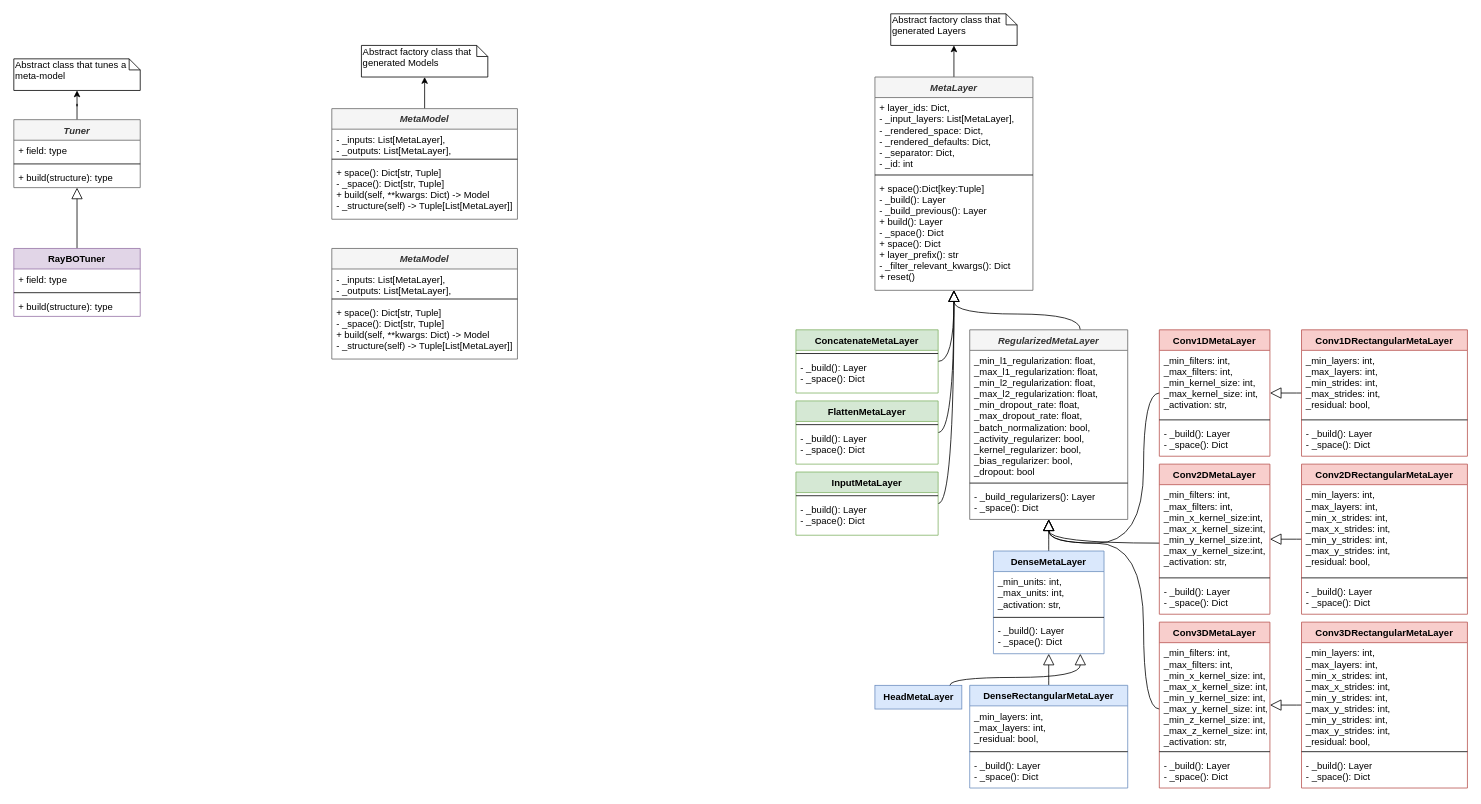
Above: uml_schema.drawio in AnacletoLAB/meta_models (draw.io), before the change. Source tidied: cells renumbered, new cells numbered last; positions are measured from the earlier drawing's top-left corner, leaving out a move shared by most shapes. Both pictures are drawn from the tidied source at 79%, with x=0, y=0 at pixel (13, 13).
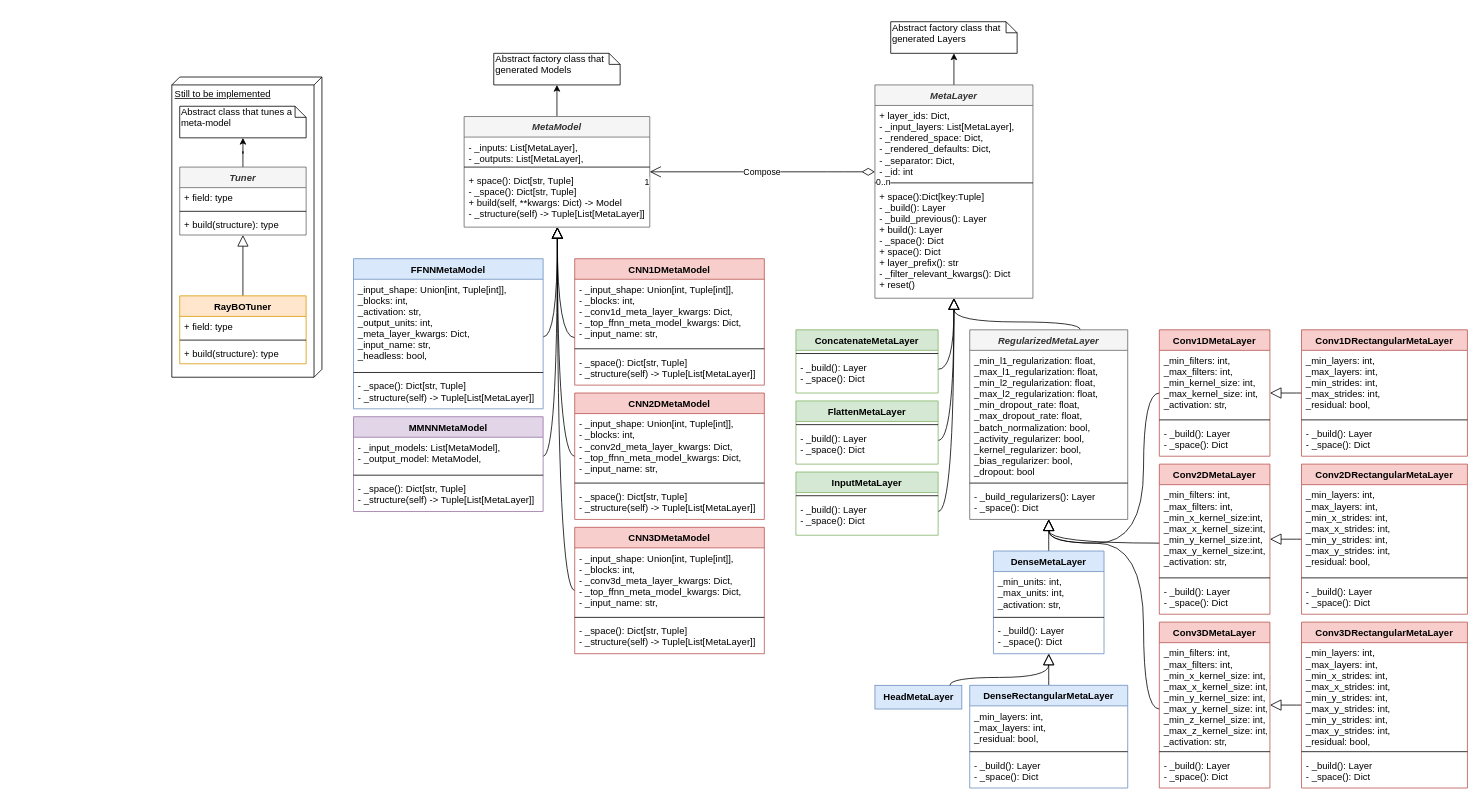
After the change.

Commit message (it also covers changes not shown here):
Updated UML schema

The change refers to these unchanged cells:
```xml
<mxCell id="33" value="&lt;span style=&quot;font-weight: 700&quot;&gt;HeadMetaLayer&lt;/span&gt;" style="html=1;fillColor=#dae8fc;strokeColor=#6c8ebf;" parent="1" vertex="1">
  <mxGeometry x="1090" y="850" width="110" height="30" as="geometry" />
</mxCell>
<mxCell id="35" value="RegularizedMetaLayer" style="swimlane;fontStyle=3;align=center;verticalAlign=top;horizontal=1;startSize=26;fillColor=#f5f5f5;strokeColor=#666666;fontColor=#333333;" parent="1" vertex="1">
  <mxGeometry x="1210" y="400" width="200" height="240" as="geometry" />
</mxCell>
<mxCell id="55" value="DenseMetaLayer" style="swimlane;fontStyle=1;align=center;verticalAlign=top;horizontal=1;startSize=26;fillColor=#dae8fc;strokeColor=#6c8ebf;" parent="1" vertex="1">
  <mxGeometry x="1240" y="680" width="140" height="130" as="geometry" />
</mxCell>
<mxCell id="71" value="ConcatenateMetaLayer" style="swimlane;fontStyle=1;align=center;verticalAlign=top;horizontal=1;startSize=26;fillColor=#d5e8d4;strokeColor=#82b366;" parent="1" vertex="1">
  <mxGeometry x="990" y="400" width="180" height="80" as="geometry" />
</mxCell>
<mxCell id="74" value="FlattenMetaLayer" style="swimlane;fontStyle=1;align=center;verticalAlign=top;horizontal=1;startSize=26;fillColor=#d5e8d4;strokeColor=#82b366;" parent="1" vertex="1">
  <mxGeometry x="990" y="490" width="180" height="80" as="geometry" />
</mxCell>
<mxCell id="77" value="InputMetaLayer" style="swimlane;fontStyle=1;align=center;verticalAlign=top;horizontal=1;startSize=26;fillColor=#d5e8d4;strokeColor=#82b366;" parent="1" vertex="1">
  <mxGeometry x="990" y="580" width="180" height="80" as="geometry" />
</mxCell>
```

What changed in the source:
```diff
@@
+    <mxCell id="88" value="Still to be implemented" style="verticalAlign=top;align=left;spacingTop=8;spacingLeft=2;spacingRight=12;shape=cube;size=10;direction=south;fontStyle=4;html=1;" parent="1" vertex="1">
+      <mxGeometry x="200" y="80" width="190" height="380" as="geometry" />
+    </mxCell>
@@
     <mxCell id="4" value="Abstract factory class that generated Models" style="shape=note;whiteSpace=wrap;html=1;size=14;verticalAlign=top;align=left;spacingTop=-6;" parent="1" vertex="1">
-      <mxGeometry x="440" y="40" width="160" height="40" as="geometry" />
+      <mxGeometry x="607.5" y="50" width="160" height="40" as="geometry" />
     </mxCell>
     <mxCell id="5" value="Abstract factory class that generated Layers" style="shape=note;whiteSpace=wrap;html=1;size=14;verticalAlign=top;align=left;spacingTop=-6;" parent="1" vertex="1">
-      <mxGeometry x="1110" width="160" height="40" as="geometry" />
+      <mxGeometry x="1110" y="10" width="160" height="40" as="geometry" />
     </mxCell>
@@
     <mxCell id="7" value="Abstract class that tunes a meta-model" style="shape=note;whiteSpace=wrap;html=1;size=14;verticalAlign=top;align=left;spacingTop=-6;" parent="1" vertex="1">
-      <mxGeometry y="57" width="160" height="40" as="geometry" />
+      <mxGeometry x="210" y="117" width="160" height="40" as="geometry" />
     </mxCell>
@@
-    <mxCell id="9" value="Tuner" style="swimlane;fontStyle=3;align=center;verticalAlign=top;horizontal=1;startSize=26;fillColor=#f5f5f5;strokeColor=#666666;fontColor=#333333;" parent="1" vertex="1">
-      <mxGeometry y="134" width="160" height="86" as="geometry" />
-    </mxCell>
-    <mxCell id="10" value="+ field: type" style="text;strokeColor=none;fillColor=none;align=left;verticalAlign=top;spacingLeft=4;spacingRight=4;overflow=hidden;" parent="9" vertex="1">
-      <mxGeometry y="26" width="160" height="26" as="geometry" />
-    </mxCell>
-    <mxCell id="11" style="line;strokeWidth=1;fillColor=none;align=left;verticalAlign=middle;spacingTop=-1;spacingLeft=3;spacingRight=3;labelPosition=right;" parent="9" vertex="1">
-      <mxGeometry y="52" width="160" height="8" as="geometry" />
-    </mxCell>
-    <mxCell id="12" value="+ build(structure): type" style="text;strokeColor=none;fillColor=none;align=left;verticalAlign=top;spacingLeft=4;spacingRight=4;overflow=hidden;" parent="9" vertex="1">
-      <mxGeometry y="60" width="160" height="26" as="geometry" />
-    </mxCell>
-    <mxCell id="13" value="RayBOTuner" style="swimlane;fontStyle=1;align=center;verticalAlign=top;horizontal=1;startSize=26;fillColor=#e1d5e7;strokeColor=#9673a6;" parent="1" vertex="1">
-      <mxGeometry y="297" width="160" height="86" as="geometry" />
-    </mxCell>
-    <mxCell id="14" value="+ field: type" style="text;strokeColor=none;fillColor=none;align=left;verticalAlign=top;spacingLeft=4;spacingRight=4;overflow=hidden;" parent="13" vertex="1">
-      <mxGeometry y="26" width="160" height="26" as="geometry" />
-    </mxCell>
-    <mxCell id="15" style="line;strokeWidth=1;fillColor=none;align=left;verticalAlign=middle;spacingTop=-1;spacingLeft=3;spacingRight=3;labelPosition=right;" parent="13" vertex="1">
-      <mxGeometry y="52" width="160" height="8" as="geometry" />
-    </mxCell>
-    <mxCell id="16" value="+ build(structure): type" style="text;strokeColor=none;fillColor=none;align=left;verticalAlign=top;spacingLeft=4;spacingRight=4;overflow=hidden;" parent="13" vertex="1">
-      <mxGeometry y="60" width="160" height="26" as="geometry" />
-    </mxCell>
     <mxCell id="17" value="MetaLayer" style="swimlane;fontStyle=3;align=center;verticalAlign=top;horizontal=1;startSize=26;fillColor=#f5f5f5;strokeColor=#666666;fontColor=#333333;" parent="1" vertex="1">
-      <mxGeometry x="1090" y="80" width="200" height="270" as="geometry" />
+      <mxGeometry x="1090" y="90" width="200" height="270" as="geometry" />
     </mxCell>
@@
     <mxCell id="21" style="endArrow=block;endFill=0;endSize=12;html=1;edgeStyle=orthogonalEdgeStyle;curved=1;" parent="1" edge="1" source="71" target="17">
       <mxGeometry relative="1" as="geometry">
         <Array as="points">
-          <mxPoint x="1190" y="440" />
+          <mxPoint x="1190" y="450" />
         </Array>
       </mxGeometry>
     </mxCell>
     <mxCell id="22" style="endArrow=block;endFill=0;endSize=12;html=1;edgeStyle=orthogonalEdgeStyle;curved=1;" parent="1" edge="1" source="74" target="17">
       <mxGeometry relative="1" as="geometry">
         <Array as="points">
-          <mxPoint x="1190" y="530" />
+          <mxPoint x="1190" y="540" />
         </Array>
       </mxGeometry>
     </mxCell>
     <mxCell id="23" style="endArrow=block;endFill=0;endSize=12;html=1;edgeStyle=orthogonalEdgeStyle;curved=1;" parent="1" edge="1" source="77" target="17">
       <mxGeometry relative="1" as="geometry">
         <Array as="points">
-          <mxPoint x="1190" y="620" />
+          <mxPoint x="1190" y="630" />
         </Array>
       </mxGeometry>
     </mxCell>
     <mxCell id="24" style="endArrow=block;endFill=0;endSize=12;html=1;edgeStyle=orthogonalEdgeStyle;curved=1;" parent="1" edge="1" source="35" target="17">
       <mxGeometry relative="1" as="geometry">
         <Array as="points">
-          <mxPoint x="1350" y="380" />
-          <mxPoint x="1190" y="380" />
+          <mxPoint x="1350" y="390" />
+          <mxPoint x="1190" y="390" />
         </Array>
       </mxGeometry>
     </mxCell>
@@
     <mxCell id="34" style="endArrow=block;endFill=0;endSize=12;html=1;edgeStyle=orthogonalEdgeStyle;curved=1;" parent="1" edge="1" source="33" target="55">
       <mxGeometry relative="1" as="geometry">
         <Array as="points">
           <mxPoint x="1185" y="840" />
-          <mxPoint x="1350" y="840" />
+          <mxPoint x="1310" y="840" />
         </Array>
       </mxGeometry>
     </mxCell>
@@
+    <mxCell id="89" style="endArrow=block;endFill=0;endSize=12;html=1;edgeStyle=orthogonalEdgeStyle;curved=1;" parent="1" edge="1" source="84" target="80">
+      <mxGeometry relative="1" as="geometry">
+        <Array as="points">
+          <mxPoint x="688" y="410" />
+        </Array>
+      </mxGeometry>
+    </mxCell>
+    <mxCell id="90" style="endArrow=block;endFill=0;endSize=12;html=1;edgeStyle=orthogonalEdgeStyle;curved=1;" parent="1" edge="1" source="95" target="80">
+      <mxGeometry relative="1" as="geometry">
+        <Array as="points">
+          <mxPoint x="688" y="409" />
+        </Array>
+      </mxGeometry>
+    </mxCell>
+    <mxCell id="91" style="endArrow=block;endFill=0;endSize=12;html=1;edgeStyle=orthogonalEdgeStyle;curved=1;" parent="1" edge="1" source="98" target="80">
+      <mxGeometry relative="1" as="geometry">
+        <Array as="points">
+          <mxPoint x="688" y="560" />
+        </Array>
+      </mxGeometry>
+    </mxCell>
+    <mxCell id="92" style="endArrow=block;endFill=0;endSize=12;html=1;edgeStyle=orthogonalEdgeStyle;curved=1;" parent="1" edge="1" source="102" target="80">
+      <mxGeometry relative="1" as="geometry">
+        <Array as="points">
+          <mxPoint x="688" y="730" />
+        </Array>
+      </mxGeometry>
+    </mxCell>
+    <mxCell id="93" style="endArrow=block;endFill=0;endSize=12;html=1;edgeStyle=orthogonalEdgeStyle;curved=1;" parent="1" edge="1" source="106" target="80">
+      <mxGeometry relative="1" as="geometry">
+        <Array as="points">
+          <mxPoint x="688" y="560" />
+        </Array>
+      </mxGeometry>
+    </mxCell>
+    <mxCell id="94" value="FFNNMetaModel" style="swimlane;fontStyle=1;align=center;verticalAlign=top;horizontal=1;startSize=26;fillColor=#dae8fc;strokeColor=#6c8ebf;" parent="1" vertex="1">
+      <mxGeometry x="430" y="310" width="240" height="190" as="geometry" />
+    </mxCell>
+    <mxCell id="95" value="_input_shape: Union[int, Tuple[int]],&#10;_blocks: int,&#10;_activation: str,&#10;_output_units: int,&#10;_meta_layer_kwargs: Dict,&#10;_input_name: str,&#10;_headless: bool," style="text;strokeColor=none;fillColor=none;align=left;verticalAlign=top;spacingLeft=4;spacingRight=4;overflow=hidden;points=[[0,0.5],[1,0.5]];portConstraint=eastwest;" parent="94" vertex="1">
+      <mxGeometry y="26" width="240" height="114" as="geometry" />
+    </mxCell>
+    <mxCell id="96" style="line;strokeWidth=1;fillColor=none;align=left;verticalAlign=middle;spacingTop=-1;spacingLeft=3;spacingRight=3;labelPosition=right;" parent="94" vertex="1">
+      <mxGeometry y="140" width="240" height="8" as="geometry" />
+    </mxCell>
+    <mxCell id="97" value="- _space(): Dict[str, Tuple]&#10;- _structure(self) -&gt; Tuple[List[MetaLayer]]&#10;" style="text;strokeColor=none;fillColor=none;align=left;verticalAlign=top;spacingLeft=4;spacingRight=4;overflow=hidden;" parent="94" vertex="1">
+      <mxGeometry y="148" width="240" height="42" as="geometry" />
+    </mxCell>
     <mxCell id="80" value="MetaModel" style="swimlane;fontStyle=3;align=center;verticalAlign=top;horizontal=1;startSize=26;fillColor=#f5f5f5;strokeColor=#666666;fontColor=#333333;" parent="1" vertex="1">
-      <mxGeometry x="402.5" y="120" width="235" height="140" as="geometry" />
+      <mxGeometry x="570" y="130" width="235" height="140" as="geometry" />
     </mxCell>
@@
-    <mxCell id="84" value="MetaModel" style="swimlane;fontStyle=3;align=center;verticalAlign=top;horizontal=1;startSize=26;fillColor=#f5f5f5;strokeColor=#666666;fontColor=#333333;" parent="1" vertex="1">
-      <mxGeometry x="402.5" y="297" width="235" height="140" as="geometry" />
+    <mxCell id="84" value="CNN1DMetaModel" style="swimlane;fontStyle=1;align=center;verticalAlign=top;horizontal=1;startSize=26;fillColor=#f8cecc;strokeColor=#b85450;" parent="1" vertex="1">
+      <mxGeometry x="710" y="310" width="240" height="160" as="geometry" />
     </mxCell>
-    <mxCell id="85" value="- _inputs: List[MetaLayer],&#10;- _outputs: List[MetaLayer]," style="text;strokeColor=none;fillColor=none;align=left;verticalAlign=top;spacingLeft=4;spacingRight=4;overflow=hidden;" parent="84" vertex="1">
-      <mxGeometry y="26" width="235" height="34" as="geometry" />
+    <mxCell id="85" value="- _input_shape: Union[int, Tuple[int]],&#10;- _blocks: int,&#10;- _conv1d_meta_layer_kwargs: Dict,&#10;- _top_ffnn_meta_model_kwargs: Dict,&#10;- _input_name: str,&#10;" style="text;strokeColor=none;fillColor=none;align=left;verticalAlign=top;spacingLeft=4;spacingRight=4;overflow=hidden;" parent="84" vertex="1">
+      <mxGeometry y="26" width="240" height="84" as="geometry" />
     </mxCell>
     <mxCell id="86" style="line;strokeWidth=1;fillColor=none;align=left;verticalAlign=middle;spacingTop=-1;spacingLeft=3;spacingRight=3;labelPosition=right;" parent="84" vertex="1">
-      <mxGeometry y="60" width="235" height="8" as="geometry" />
+      <mxGeometry y="110" width="240" height="8" as="geometry" />
     </mxCell>
-    <mxCell id="87" value="+ space(): Dict[str, Tuple]&#10;- _space(): Dict[str, Tuple]&#10;+ build(self, **kwargs: Dict) -&gt; Model&#10;- _structure(self) -&gt; Tuple[List[MetaLayer]]&#10;" style="text;strokeColor=none;fillColor=none;align=left;verticalAlign=top;spacingLeft=4;spacingRight=4;overflow=hidden;" parent="84" vertex="1">
-      <mxGeometry y="68" width="235" height="72" as="geometry" />
+    <mxCell id="87" value="- _space(): Dict[str, Tuple]&#10;- _structure(self) -&gt; Tuple[List[MetaLayer]]&#10;" style="text;strokeColor=none;fillColor=none;align=left;verticalAlign=top;spacingLeft=4;spacingRight=4;overflow=hidden;" parent="84" vertex="1">
+      <mxGeometry y="118" width="240" height="42" as="geometry" />
     </mxCell>
+    <mxCell id="98" value="CNN2DMetaModel" style="swimlane;fontStyle=1;align=center;verticalAlign=top;horizontal=1;startSize=26;fillColor=#f8cecc;strokeColor=#b85450;" parent="1" vertex="1">
+      <mxGeometry x="710" y="480" width="240" height="160" as="geometry" />
+    </mxCell>
+    <mxCell id="99" value="- _input_shape: Union[int, Tuple[int]],&#10;- _blocks: int,&#10;- _conv2d_meta_layer_kwargs: Dict,&#10;- _top_ffnn_meta_model_kwargs: Dict,&#10;- _input_name: str,&#10;" style="text;strokeColor=none;fillColor=none;align=left;verticalAlign=top;spacingLeft=4;spacingRight=4;overflow=hidden;" parent="98" vertex="1">
+      <mxGeometry y="26" width="240" height="84" as="geometry" />
+    </mxCell>
+    <mxCell id="100" style="line;strokeWidth=1;fillColor=none;align=left;verticalAlign=middle;spacingTop=-1;spacingLeft=3;spacingRight=3;labelPosition=right;" parent="98" vertex="1">
+      <mxGeometry y="110" width="240" height="8" as="geometry" />
+    </mxCell>
+    <mxCell id="101" value="- _space(): Dict[str, Tuple]&#10;- _structure(self) -&gt; Tuple[List[MetaLayer]]&#10;" style="text;strokeColor=none;fillColor=none;align=left;verticalAlign=top;spacingLeft=4;spacingRight=4;overflow=hidden;" parent="98" vertex="1">
+      <mxGeometry y="118" width="240" height="42" as="geometry" />
+    </mxCell>
+    <mxCell id="102" value="CNN3DMetaModel" style="swimlane;fontStyle=1;align=center;verticalAlign=top;horizontal=1;startSize=26;fillColor=#f8cecc;strokeColor=#b85450;" parent="1" vertex="1">
+      <mxGeometry x="710" y="650" width="240" height="160" as="geometry" />
+    </mxCell>
+    <mxCell id="103" value="- _input_shape: Union[int, Tuple[int]],&#10;- _blocks: int,&#10;- _conv3d_meta_layer_kwargs: Dict,&#10;- _top_ffnn_meta_model_kwargs: Dict,&#10;- _input_name: str,&#10;" style="text;strokeColor=none;fillColor=none;align=left;verticalAlign=top;spacingLeft=4;spacingRight=4;overflow=hidden;" parent="102" vertex="1">
+      <mxGeometry y="26" width="240" height="84" as="geometry" />
+    </mxCell>
+    <mxCell id="104" style="line;strokeWidth=1;fillColor=none;align=left;verticalAlign=middle;spacingTop=-1;spacingLeft=3;spacingRight=3;labelPosition=right;" parent="102" vertex="1">
+      <mxGeometry y="110" width="240" height="8" as="geometry" />
+    </mxCell>
+    <mxCell id="105" value="- _space(): Dict[str, Tuple]&#10;- _structure(self) -&gt; Tuple[List[MetaLayer]]&#10;" style="text;strokeColor=none;fillColor=none;align=left;verticalAlign=top;spacingLeft=4;spacingRight=4;overflow=hidden;" parent="102" vertex="1">
+      <mxGeometry y="118" width="240" height="42" as="geometry" />
+    </mxCell>
+    <mxCell id="106" value="MMNNMetaModel" style="swimlane;fontStyle=1;align=center;verticalAlign=top;horizontal=1;startSize=26;fillColor=#e1d5e7;strokeColor=#9673a6;" parent="1" vertex="1">
+      <mxGeometry x="430" y="510" width="240" height="120" as="geometry" />
+    </mxCell>
+    <mxCell id="107" value="- _input_models: List[MetaModel],&#10;- _output_model: MetaModel,&#10;" style="text;strokeColor=none;fillColor=none;align=left;verticalAlign=top;spacingLeft=4;spacingRight=4;overflow=hidden;" parent="106" vertex="1">
+      <mxGeometry y="26" width="240" height="44" as="geometry" />
+    </mxCell>
+    <mxCell id="108" style="line;strokeWidth=1;fillColor=none;align=left;verticalAlign=middle;spacingTop=-1;spacingLeft=3;spacingRight=3;labelPosition=right;" parent="106" vertex="1">
+      <mxGeometry y="70" width="240" height="8" as="geometry" />
+    </mxCell>
+    <mxCell id="109" value="- _space(): Dict[str, Tuple]&#10;- _structure(self) -&gt; Tuple[List[MetaLayer]]&#10;" style="text;strokeColor=none;fillColor=none;align=left;verticalAlign=top;spacingLeft=4;spacingRight=4;overflow=hidden;" parent="106" vertex="1">
+      <mxGeometry y="78" width="240" height="42" as="geometry" />
+    </mxCell>
+    <mxCell id="9" value="Tuner" style="swimlane;fontStyle=3;align=center;verticalAlign=top;horizontal=1;startSize=26;fillColor=#f5f5f5;strokeColor=#666666;fontColor=#333333;" parent="1" vertex="1">
+      <mxGeometry x="210" y="194" width="160" height="86" as="geometry" />
+    </mxCell>
+    <mxCell id="10" value="+ field: type" style="text;strokeColor=none;fillColor=none;align=left;verticalAlign=top;spacingLeft=4;spacingRight=4;overflow=hidden;" parent="9" vertex="1">
+      <mxGeometry y="26" width="160" height="26" as="geometry" />
+    </mxCell>
+    <mxCell id="11" style="line;strokeWidth=1;fillColor=none;align=left;verticalAlign=middle;spacingTop=-1;spacingLeft=3;spacingRight=3;labelPosition=right;" parent="9" vertex="1">
+      <mxGeometry y="52" width="160" height="8" as="geometry" />
+    </mxCell>
+    <mxCell id="12" value="+ build(structure): type" style="text;strokeColor=none;fillColor=none;align=left;verticalAlign=top;spacingLeft=4;spacingRight=4;overflow=hidden;" parent="9" vertex="1">
+      <mxGeometry y="60" width="160" height="26" as="geometry" />
+    </mxCell>
+    <mxCell id="13" value="RayBOTuner" style="swimlane;fontStyle=1;align=center;verticalAlign=top;horizontal=1;startSize=26;fillColor=#ffe6cc;strokeColor=#d79b00;" parent="1" vertex="1">
+      <mxGeometry x="210" y="357" width="160" height="86" as="geometry" />
+    </mxCell>
+    <mxCell id="14" value="+ field: type" style="text;strokeColor=none;fillColor=none;align=left;verticalAlign=top;spacingLeft=4;spacingRight=4;overflow=hidden;" parent="13" vertex="1">
+      <mxGeometry y="26" width="160" height="26" as="geometry" />
+    </mxCell>
+    <mxCell id="15" style="line;strokeWidth=1;fillColor=none;align=left;verticalAlign=middle;spacingTop=-1;spacingLeft=3;spacingRight=3;labelPosition=right;" parent="13" vertex="1">
+      <mxGeometry y="52" width="160" height="8" as="geometry" />
+    </mxCell>
+    <mxCell id="16" value="+ build(structure): type" style="text;strokeColor=none;fillColor=none;align=left;verticalAlign=top;spacingLeft=4;spacingRight=4;overflow=hidden;" parent="13" vertex="1">
+      <mxGeometry y="60" width="160" height="26" as="geometry" />
+    </mxCell>
+    <mxCell id="110" value="Compose" style="endArrow=open;html=1;endSize=12;startArrow=diamondThin;startSize=14;startFill=0;edgeStyle=orthogonalEdgeStyle;" parent="1" edge="1" source="17" target="80">
+      <mxGeometry relative="1" as="geometry">
+        <Array as="points">
+          <mxPoint x="1040" y="200" />
+          <mxPoint x="1040" y="200" />
+        </Array>
+      </mxGeometry>
+    </mxCell>
+    <mxCell id="111" value="0..n" style="edgeLabel;html=1;align=left;verticalAlign=top;" parent="110" vertex="1">
+      <mxGeometry x="-1" relative="1" as="geometry" />
+    </mxCell>
+    <mxCell id="112" value="1" style="edgeLabel;html=1;align=right;verticalAlign=top;" parent="110" vertex="1">
+      <mxGeometry x="1" relative="1" as="geometry" />
+    </mxCell>
```
